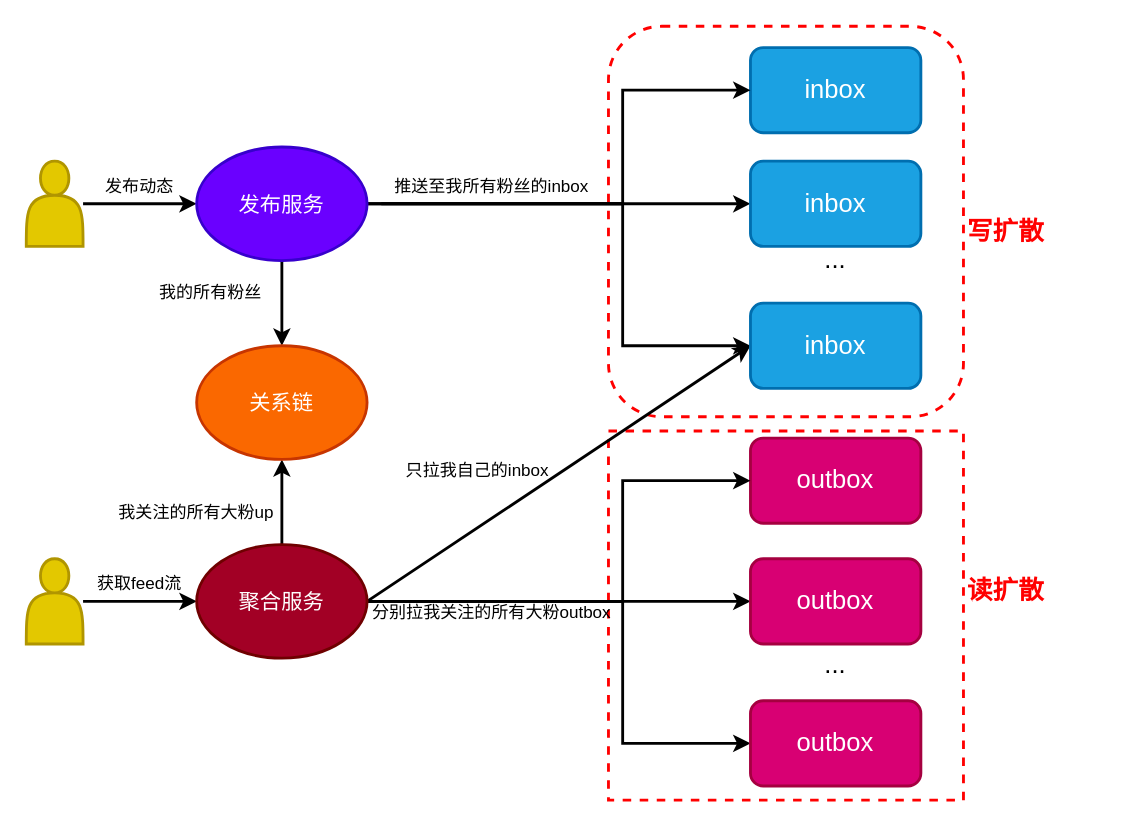
Before: 推拉结合方案.drawio in smartcharles/tech_draw, a draw.io diagram. Source tidied: cells renumbered, new cells numbered last; positions are measured from the earlier drawing's top-left corner, leaving out a move shared by most shapes. Both pictures are drawn from the tidied source at 142%, with x=0, y=0 at pixel (26, 26).
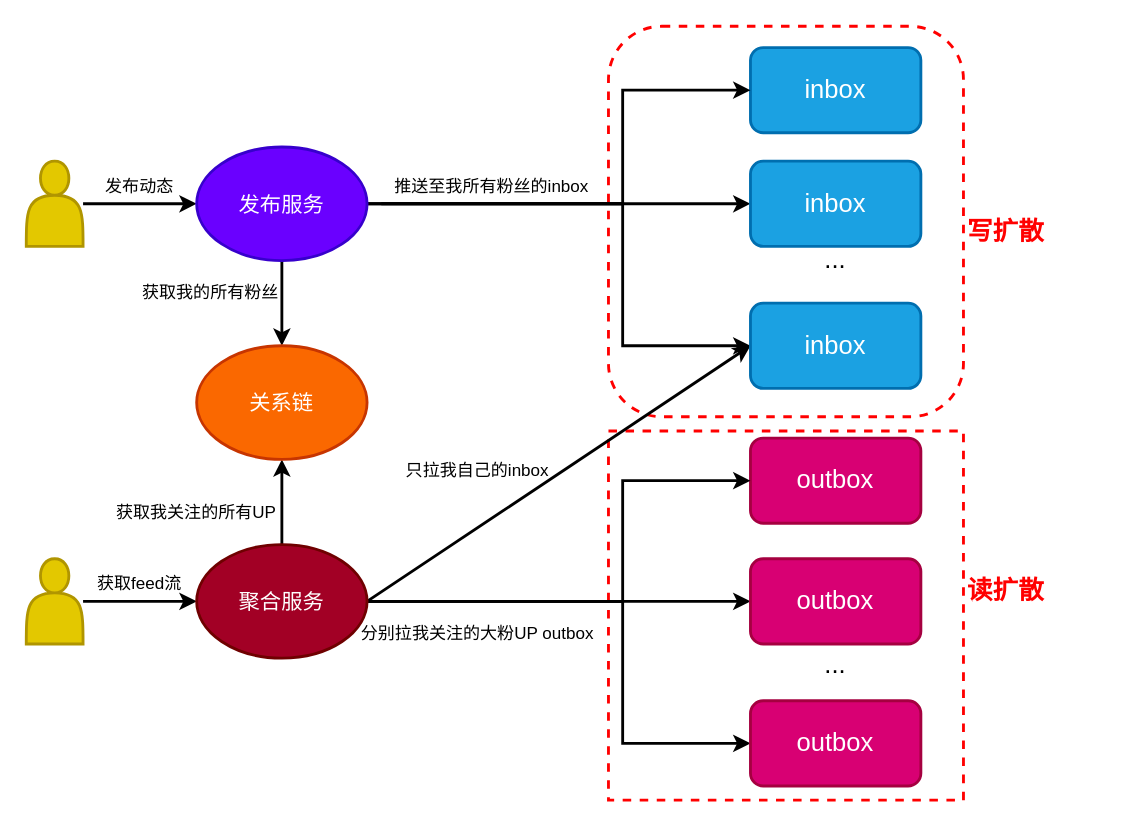
After the change.

Commit message:
更新推拉结合方案.drawio

The edit, as a diff of the source:
```diff
@@
-    <mxCell id="26" value="我关注的所有大粉up" style="text;strokeColor=none;align=center;fillColor=none;html=1;verticalAlign=middle;whiteSpace=wrap;rounded=0;" parent="1" vertex="1">
+    <mxCell id="26" value="获取我关注的所有UP" style="text;strokeColor=none;align=center;fillColor=none;html=1;verticalAlign=middle;whiteSpace=wrap;rounded=0;" parent="1" vertex="1">
       <mxGeometry x="60" y="335" width="120" height="15" as="geometry" />
     </mxCell>
-    <mxCell id="27" value="我的所有粉丝" style="text;strokeColor=none;align=center;fillColor=none;html=1;verticalAlign=middle;whiteSpace=wrap;rounded=0;" parent="1" vertex="1">
+    <mxCell id="27" value="获取我的所有粉丝" style="text;strokeColor=none;align=center;fillColor=none;html=1;verticalAlign=middle;whiteSpace=wrap;rounded=0;" parent="1" vertex="1">
       <mxGeometry x="70" y="180" width="120" height="15" as="geometry" />
     </mxCell>
@@
-    <mxCell id="33" value="分别拉我关注的所有大粉outbox" style="text;strokeColor=none;align=center;fillColor=none;html=1;verticalAlign=middle;whiteSpace=wrap;rounded=0;" parent="1" vertex="1">
-      <mxGeometry x="230" y="405" width="196" height="15" as="geometry" />
+    <mxCell id="33" value="分别拉我关注的大粉UP outbox" style="text;strokeColor=none;align=center;fillColor=none;html=1;verticalAlign=middle;whiteSpace=wrap;rounded=0;" parent="1" vertex="1">
+      <mxGeometry x="220" y="420" width="196" height="15" as="geometry" />
     </mxCell>
```
